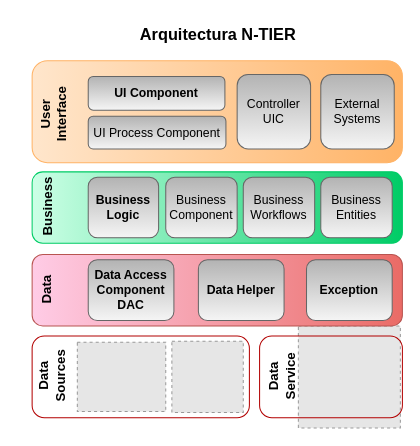
The draw.io diagram Grupo5_AssistControl/design/DiagramaArq.drawio in EdisonV5329/Grupo5_CodeMasters, before the edit. Source tidied: cells renumbered, new cells numbered last; positions are measured from the earlier drawing's top-left corner, leaving out a move shared by most shapes. Both pictures are drawn from the tidied source at 102%, with x=0, y=0 at pixel (6, 17). Pictures stored in the file or linked from it are replaced by grey dashed boxes.
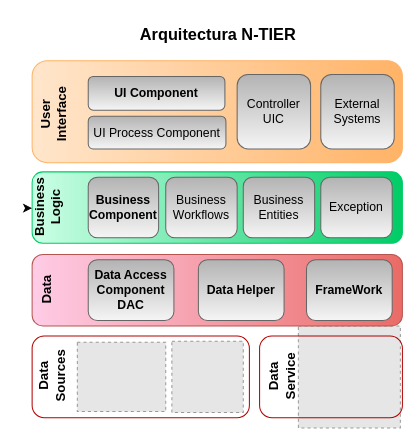
After the change.

Commit message:
Actualizando Arquitectura

Diff of the diagram source:
```diff
@@
-    <mxCell id="12" value="&lt;b&gt;&lt;font style=&quot;font-size: 13px;&quot;&gt;Business&lt;/font&gt;&lt;/b&gt;" style="text;html=1;align=center;verticalAlign=middle;points=[];strokeColor=none;fillColor=none;fontColor=#000000;rotation=-90;" parent="1" vertex="1">
-      <mxGeometry x="-0.5" y="171" width="80" height="30" as="geometry" />
+    <mxCell id="12" value="&lt;b&gt;&lt;font style=&quot;font-size: 13px;&quot;&gt;Business &lt;br&gt;Logic&lt;/font&gt;&lt;/b&gt;" style="text;html=1;align=center;verticalAlign=middle;points=[];strokeColor=none;fillColor=none;fontColor=#000000;rotation=-90;" parent="1" vertex="1">
+      <mxGeometry x="1.5" y="165" width="76" height="43" as="geometry" />
     </mxCell>
@@
-    <mxCell id="14" value="&lt;font color=&quot;#000000&quot;&gt;&lt;b&gt;Business&lt;br&gt;Logic&lt;/b&gt;&lt;br&gt;&lt;/font&gt;" style="rounded=1;whiteSpace=wrap;html=1;strokeColor=#666666;fillColor=#f5f5f5;gradientDirection=north;gradientColor=#b3b3b3;" parent="1" vertex="1">
+    <mxCell id="14" value="&lt;font color=&quot;#000000&quot;&gt;&lt;b&gt;Business Component&lt;/b&gt;&lt;br&gt;&lt;/font&gt;" style="rounded=1;whiteSpace=wrap;html=1;strokeColor=#666666;fillColor=#f5f5f5;gradientDirection=north;gradientColor=#b3b3b3;" parent="1" vertex="1">
       <mxGeometry x="80" y="156.2" width="69" height="59.5" as="geometry" />
     </mxCell>
-    <mxCell id="15" value="&lt;font color=&quot;#000000&quot;&gt;Business&lt;br&gt;Component&lt;br&gt;&lt;/font&gt;" style="rounded=1;whiteSpace=wrap;html=1;strokeColor=#666666;fillColor=#f5f5f5;gradientDirection=north;gradientColor=#b3b3b3;" parent="1" vertex="1">
+    <mxCell id="15" value="&lt;font color=&quot;#000000&quot;&gt;Business&lt;br&gt;Workflows&lt;br&gt;&lt;/font&gt;" style="rounded=1;whiteSpace=wrap;html=1;strokeColor=#666666;fillColor=#f5f5f5;gradientDirection=north;gradientColor=#b3b3b3;" parent="1" vertex="1">
       <mxGeometry x="156" y="156.2" width="70" height="59.5" as="geometry" />
     </mxCell>
-    <mxCell id="16" value="&lt;font color=&quot;#000000&quot;&gt;Business&lt;br&gt;Workflows&lt;br&gt;&lt;/font&gt;" style="rounded=1;whiteSpace=wrap;html=1;strokeColor=#666666;fillColor=#f5f5f5;gradientDirection=north;gradientColor=#b3b3b3;" parent="1" vertex="1">
+    <mxCell id="16" value="&lt;font color=&quot;#000000&quot;&gt;Business&lt;br&gt;Entities&lt;br&gt;&lt;/font&gt;" style="rounded=1;whiteSpace=wrap;html=1;strokeColor=#666666;fillColor=#f5f5f5;gradientDirection=north;gradientColor=#b3b3b3;" parent="1" vertex="1">
       <mxGeometry x="232" y="156.2" width="70" height="59.5" as="geometry" />
     </mxCell>
-    <mxCell id="17" value="&lt;font color=&quot;#000000&quot;&gt;Business&lt;br&gt;Entities&lt;br&gt;&lt;/font&gt;" style="rounded=1;whiteSpace=wrap;html=1;strokeColor=#666666;fillColor=#f5f5f5;gradientDirection=north;gradientColor=#b3b3b3;" parent="1" vertex="1">
+    <mxCell id="17" value="&lt;font color=&quot;#000000&quot;&gt;Exception&lt;br&gt;&lt;/font&gt;" style="rounded=1;whiteSpace=wrap;html=1;strokeColor=#666666;fillColor=#f5f5f5;gradientDirection=north;gradientColor=#b3b3b3;" parent="1" vertex="1">
       <mxGeometry x="308" y="156.2" width="70" height="59.5" as="geometry" />
     </mxCell>
@@
-    <mxCell id="20" value="&lt;b style=&quot;color: rgb(0, 0, 0);&quot;&gt;Exception&lt;/b&gt;&lt;font color=&quot;#000000&quot;&gt;&lt;br&gt;&lt;/font&gt;" style="rounded=1;whiteSpace=wrap;html=1;strokeColor=#666666;fillColor=#f5f5f5;gradientDirection=north;gradientColor=#b3b3b3;" parent="1" vertex="1">
+    <mxCell id="20" value="&lt;b style=&quot;color: rgb(0, 0, 0);&quot;&gt;FrameWork&lt;/b&gt;&lt;font color=&quot;#000000&quot;&gt;&lt;br&gt;&lt;/font&gt;" style="rounded=1;whiteSpace=wrap;html=1;strokeColor=#666666;fillColor=#f5f5f5;gradientDirection=north;gradientColor=#b3b3b3;" parent="1" vertex="1">
       <mxGeometry x="294" y="237.2" width="84" height="59.5" as="geometry" />
     </mxCell>
```
